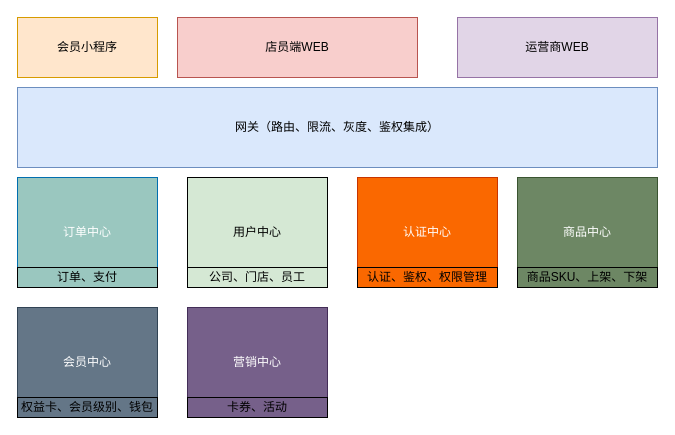
Above: 好时光总体架构.drawio in sam1982/draw (draw.io), before the change. Source tidied: cells renumbered, new cells numbered last; positions are measured from the earlier drawing's top-left corner, leaving out a move shared by most shapes. Both pictures are drawn from the tidied source at 100%, with x=0, y=0 at pixel (17, 17).
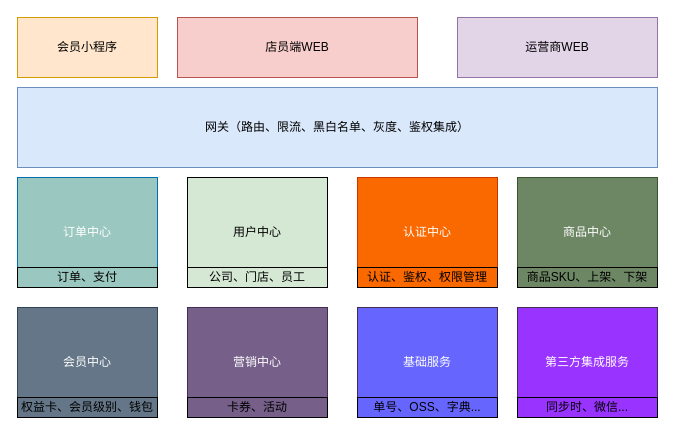
The same page after the edit.

Commit message (it also covers changes not shown here):
Update 好时光总体架构.drawio

Change to the diagram source:
```diff
@@
-    <mxCell id="2" value="网关（路由、限流、灰度、鉴权集成）" style="rounded=0;whiteSpace=wrap;html=1;fillColor=#dae8fc;strokeColor=#6c8ebf;" parent="1" vertex="1">
+    <mxCell id="2" value="网关（路由、限流、黑白名单、灰度、鉴权集成）" style="rounded=0;whiteSpace=wrap;html=1;fillColor=#dae8fc;strokeColor=#6c8ebf;" parent="1" vertex="1">
       <mxGeometry y="70" width="640" height="80" as="geometry" />
     </mxCell>
@@
+    <mxCell id="18" value="基础服务" style="rounded=0;whiteSpace=wrap;html=1;fillColor=#6666FF;strokeColor=#432D57;fontColor=#ffffff;" parent="1" vertex="1">
+      <mxGeometry x="340" y="290" width="140" height="110" as="geometry" />
+    </mxCell>
+    <mxCell id="19" value="单号、OSS、字典..." style="text;html=1;strokeColor=#000000;fillColor=none;align=center;verticalAlign=middle;whiteSpace=wrap;rounded=0;" parent="1" vertex="1">
+      <mxGeometry x="340" y="380" width="140" height="20" as="geometry" />
+    </mxCell>
+    <mxCell id="20" value="第三方集成服务" style="rounded=0;whiteSpace=wrap;html=1;fillColor=#9933FF;strokeColor=#432D57;fontColor=#ffffff;" parent="1" vertex="1">
+      <mxGeometry x="500" y="290" width="140" height="110" as="geometry" />
+    </mxCell>
+    <mxCell id="21" value="同步时、微信..." style="text;html=1;strokeColor=#000000;fillColor=none;align=center;verticalAlign=middle;whiteSpace=wrap;rounded=0;" parent="1" vertex="1">
+      <mxGeometry x="500" y="380" width="140" height="20" as="geometry" />
+    </mxCell>
```
